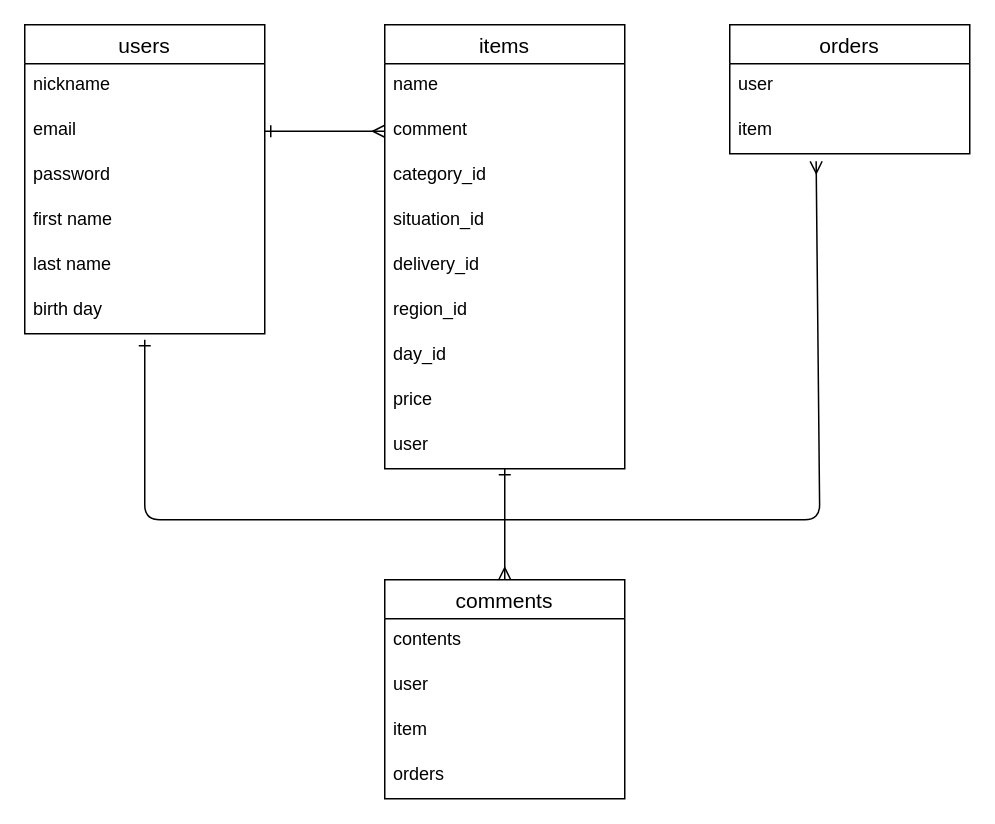
This is ER.dio from RiRi318/furima41235, a draw.io file, before an edit. Source tidied: cells renumbered, new cells numbered last; positions are measured from the earlier drawing's top-left corner, leaving out a move shared by most shapes. Both pictures are drawn from the tidied source at 150%, with x=0, y=0 at pixel (24, 24).
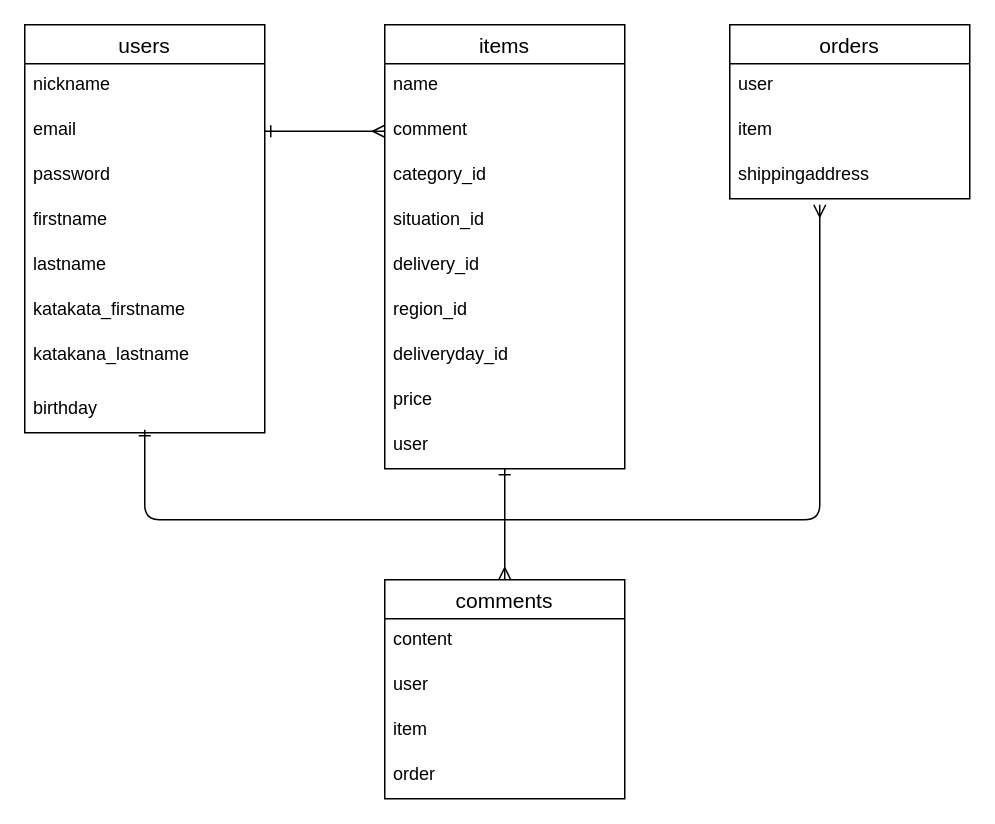
The same page after the edit.

The change refers to these unchanged cells:
```xml
<mxCell id="9" value="items" style="swimlane;fontStyle=0;horizontal=1;startSize=26;align=center;fontSize=14;rounded=0;" parent="1" vertex="1">
  <mxGeometry x="240" width="160" height="296" as="geometry" />
</mxCell>
<mxCell id="21" value="item" style="text;strokeColor=none;fillColor=none;spacingLeft=4;spacingRight=4;overflow=hidden;points=[[0,0.5],[1,0.5]];portConstraint=eastwest;fontSize=12;rounded=0;" parent="19" vertex="1">
  <mxGeometry y="56" width="160" height="30" as="geometry" />
</mxCell>
<mxCell id="24" value="comments" style="swimlane;fontStyle=0;horizontal=1;startSize=26;align=center;fontSize=14;" parent="1" vertex="1">
  <mxGeometry x="240" y="370" width="160" height="146" as="geometry" />
</mxCell>
```

The edit, as a diff of the source:
```diff
@@
     <mxCell id="2" value="users" style="swimlane;fontStyle=0;horizontal=1;startSize=26;align=center;fontSize=14;rounded=0;" parent="1" vertex="1">
-      <mxGeometry width="160" height="206" as="geometry" />
+      <mxGeometry width="160" height="272" as="geometry" />
     </mxCell>
@@
-    <mxCell id="6" value="first name" style="text;strokeColor=none;fillColor=none;spacingLeft=4;spacingRight=4;overflow=hidden;fontSize=12;" parent="2" vertex="1">
+    <mxCell id="6" value="firstname" style="text;strokeColor=none;fillColor=none;spacingLeft=4;spacingRight=4;overflow=hidden;fontSize=12;" parent="2" vertex="1">
       <mxGeometry y="116" width="160" height="30" as="geometry" />
     </mxCell>
-    <mxCell id="7" value="last name" style="text;strokeColor=none;fillColor=none;spacingLeft=4;spacingRight=4;overflow=hidden;fontSize=12;" parent="2" vertex="1">
+    <mxCell id="7" value="lastname" style="text;strokeColor=none;fillColor=none;spacingLeft=4;spacingRight=4;overflow=hidden;fontSize=12;" parent="2" vertex="1">
       <mxGeometry y="146" width="160" height="30" as="geometry" />
     </mxCell>
+    <mxCell id="30" value="katakata_firstname" style="text;strokeColor=none;fillColor=none;spacingLeft=4;spacingRight=4;overflow=hidden;fontSize=12;" parent="2" vertex="1">
+      <mxGeometry y="176" width="160" height="30" as="geometry" />
+    </mxCell>
+    <mxCell id="31" value="katakana_lastname" style="text;strokeColor=none;fillColor=none;spacingLeft=4;spacingRight=4;overflow=hidden;fontSize=12;" parent="2" vertex="1">
+      <mxGeometry y="206" width="160" height="36" as="geometry" />
+    </mxCell>
-    <mxCell id="8" value="birth day" style="text;strokeColor=none;fillColor=none;spacingLeft=4;spacingRight=4;overflow=hidden;fontSize=12;" parent="2" vertex="1">
-      <mxGeometry y="176" width="160" height="30" as="geometry" />
+    <mxCell id="8" value="birthday" style="text;strokeColor=none;fillColor=none;spacingLeft=4;spacingRight=4;overflow=hidden;fontSize=12;" parent="2" vertex="1">
+      <mxGeometry y="242" width="160" height="30" as="geometry" />
     </mxCell>
@@
-    <mxCell id="16" value="day_id" style="text;strokeColor=none;fillColor=none;spacingLeft=4;spacingRight=4;overflow=hidden;fontSize=12;" parent="9" vertex="1">
+    <mxCell id="16" value="deliveryday_id" style="text;strokeColor=none;fillColor=none;spacingLeft=4;spacingRight=4;overflow=hidden;fontSize=12;" parent="9" vertex="1">
       <mxGeometry y="206" width="160" height="30" as="geometry" />
     </mxCell>
@@
     <mxCell id="19" value="orders" style="swimlane;fontStyle=0;horizontal=1;startSize=26;align=center;fontSize=14;rounded=0;" parent="1" vertex="1">
-      <mxGeometry x="470" width="160" height="86" as="geometry" />
+      <mxGeometry x="470" width="160" height="116" as="geometry" />
     </mxCell>
@@
+    <mxCell id="32" value="shippingaddress" style="text;strokeColor=none;fillColor=none;spacingLeft=4;spacingRight=4;overflow=hidden;fontSize=12;" parent="19" vertex="1">
+      <mxGeometry y="86" width="160" height="30" as="geometry" />
+    </mxCell>
@@
-    <mxCell id="23" style="edgeStyle=none;html=1;entryX=0.36;entryY=1.167;entryDx=0;entryDy=0;startArrow=ERone;startFill=0;endArrow=ERmany;endFill=0;entryPerimeter=0;" parent="1" edge="1" target="21">
+    <mxCell id="23" style="edgeStyle=none;html=1;startArrow=ERone;startFill=0;endArrow=ERmany;endFill=0;" parent="1" edge="1">
       <mxGeometry relative="1" as="geometry">
-        <mxPoint x="80" y="210" as="sourcePoint" />
+        <mxPoint x="80" y="270" as="sourcePoint" />
+        <mxPoint x="530" y="120" as="targetPoint" />
         <Array as="points">
           <mxPoint x="80" y="330" />
           <mxPoint x="530" y="330" />
         </Array>
       </mxGeometry>
     </mxCell>
@@
-    <mxCell id="25" value="contents" style="text;strokeColor=none;fillColor=none;spacingLeft=4;spacingRight=4;overflow=hidden;fontSize=12;" parent="24" vertex="1">
+    <mxCell id="25" value="content" style="text;strokeColor=none;fillColor=none;spacingLeft=4;spacingRight=4;overflow=hidden;fontSize=12;" parent="24" vertex="1">
       <mxGeometry y="26" width="160" height="30" as="geometry" />
     </mxCell>
@@
-    <mxCell id="28" value="orders" style="text;strokeColor=none;fillColor=none;spacingLeft=4;spacingRight=4;overflow=hidden;fontSize=12;" parent="24" vertex="1">
+    <mxCell id="28" value="order" style="text;strokeColor=none;fillColor=none;spacingLeft=4;spacingRight=4;overflow=hidden;fontSize=12;" parent="24" vertex="1">
       <mxGeometry y="116" width="160" height="30" as="geometry" />
     </mxCell>
```
